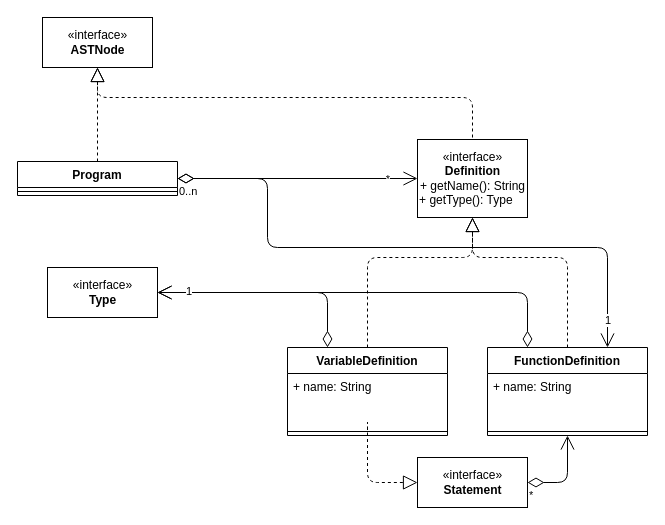
Before: uml/Program.drawio in ludvij/C-minus-minus, a draw.io diagram. Source tidied: cells renumbered, new cells numbered last; positions are measured from the earlier drawing's top-left corner, leaving out a move shared by most shapes. Both pictures are drawn from the tidied source at 100%, with x=0, y=0 at pixel (17, 17).
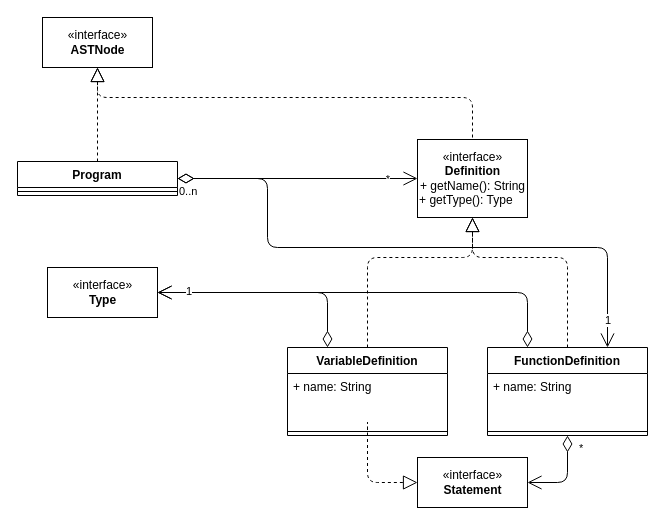
The same page after the edit.

Unchanged cells that the change refers to:
```xml
<mxCell id="10" value="FunctionDefinition" style="swimlane;fontStyle=1;align=center;verticalAlign=top;horizontal=1;startSize=26;" parent="1" vertex="1">
  <mxGeometry x="470" y="330" width="160" height="88" as="geometry" />
</mxCell>
<mxCell id="16" value="«interface»&lt;br&gt;&lt;b&gt;Statement&lt;/b&gt;" style="html=1;" parent="1" vertex="1">
  <mxGeometry x="400" y="440" width="110" height="50" as="geometry" />
</mxCell>
```

Diff of the diagram source:
```diff
@@
-    <mxCell id="18" style="endArrow=open;html=1;endSize=12;startArrow=diamondThin;startSize=14;startFill=0;edgeStyle=orthogonalEdgeStyle;rounded=1;entryX=0.5;entryY=1;entryDx=0;entryDy=0;exitX=1;exitY=0.5;exitDx=0;exitDy=0;" parent="1" edge="1" source="16" target="10">
+    <mxCell id="18" style="endArrow=open;html=1;endSize=12;startArrow=diamondThin;startSize=14;startFill=0;edgeStyle=orthogonalEdgeStyle;rounded=1;entryX=1;entryY=0.5;entryDx=0;entryDy=0;exitX=0.5;exitY=1;exitDx=0;exitDy=0;" parent="1" edge="1" source="10" target="16">
       <mxGeometry relative="1" as="geometry" />
     </mxCell>
     <mxCell id="19" value="*" style="edgeLabel;html=1;align=left;verticalAlign=top;" parent="18" vertex="1">
-      <mxGeometry x="-1" relative="1" as="geometry" />
+      <mxGeometry x="-1" relative="1" as="geometry">
+        <mxPoint x="10" as="offset" />
+      </mxGeometry>
     </mxCell>
```
